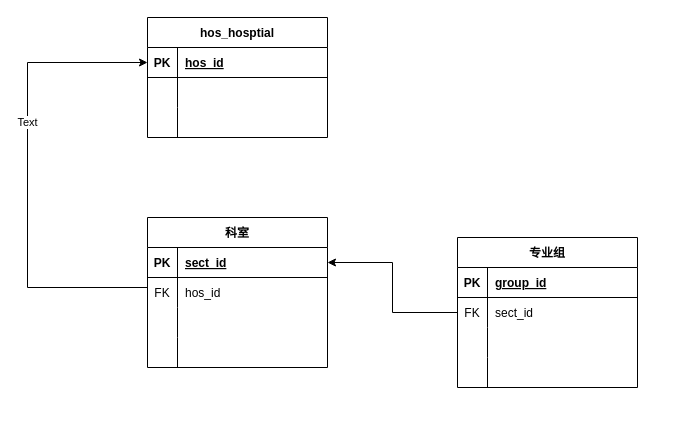
The draw.io diagram ivd三级库简单模型.drawio in denglt/diagrams, before the edit. Source tidied: cells renumbered, new cells numbered last; positions are measured from the earlier drawing's top-left corner, leaving out a move shared by most shapes. Both pictures are drawn from the tidied source at 100%, with x=0, y=0 at pixel (27, 17).
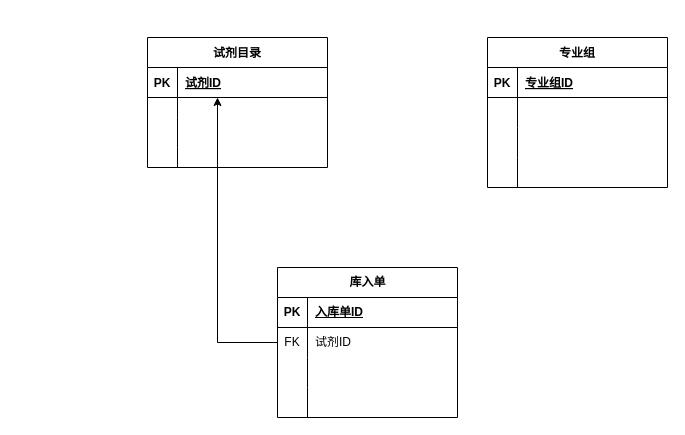
Above is the later version.

Commit message:
Update ivd三级库简单模型.drawio

The change refers to these unchanged cells:
```xml
<mxCell id="13" style="shape=tableRow;horizontal=0;startSize=0;swimlaneHead=0;swimlaneBody=0;fillColor=none;points=[[0,0.5],[1,0.5]];portConstraint=eastwest;top=0;left=0;right=0;bottom=1;" parent="12" vertex="1">
  <mxGeometry y="30" width="180" height="30" as="geometry" />
</mxCell>
<mxCell id="29" style="shape=tableRow;horizontal=0;startSize=0;swimlaneHead=0;swimlaneBody=0;fillColor=none;top=0;left=0;right=0;bottom=1;" parent="28" vertex="1">
  <mxGeometry y="30" width="180" height="30" as="geometry" />
</mxCell>
<mxCell id="32" style="shape=tableRow;horizontal=0;startSize=0;swimlaneHead=0;swimlaneBody=0;fillColor=none;points=[[0,0.5],[1,0.5]];portConstraint=eastwest;top=0;left=0;right=0;bottom=0;" parent="28" vertex="1">
  <mxGeometry y="60" width="180" height="30" as="geometry" />
</mxCell>
```

Change to the diagram source:
```diff
@@
-    <mxCell id="2" value="hos_hosptial" style="shape=table;startSize=30;childLayout=tableLayout;rowLines=0;fontStyle=1;align=center;" parent="1" vertex="1">
-      <mxGeometry x="120" width="180" height="120" as="geometry" />
-    </mxCell>
-    <mxCell id="3" style="shape=tableRow;horizontal=0;startSize=0;swimlaneHead=0;swimlaneBody=0;fillColor=none;points=[[0,0.5],[1,0.5]];portConstraint=eastwest;top=0;left=0;right=0;bottom=1;" parent="2" vertex="1">
-      <mxGeometry y="30" width="180" height="30" as="geometry" />
-    </mxCell>
-    <mxCell id="4" value="PK" style="shape=partialRectangle;fillColor=none;top=0;left=0;bottom=0;right=0;fontStyle=1;overflow=hidden;" parent="3" vertex="1">
-      <mxGeometry width="30" height="30" as="geometry" />
-    </mxCell>
-    <mxCell id="5" value="hos_id" style="shape=partialRectangle;fillColor=none;top=0;left=0;bottom=0;right=0;align=left;spacingLeft=6;fontStyle=5;overflow=hidden;" parent="3" vertex="1">
-      <mxGeometry x="30" width="150" height="30" as="geometry" />
-    </mxCell>
-    <mxCell id="6" style="shape=tableRow;horizontal=0;startSize=0;swimlaneHead=0;swimlaneBody=0;fillColor=none;top=0;left=0;right=0;bottom=0;" parent="2" vertex="1">
-      <mxGeometry y="60" width="180" height="30" as="geometry" />
-    </mxCell>
-    <mxCell id="7" style="shape=partialRectangle;fillColor=none;top=0;left=0;bottom=0;right=0;overflow=hidden;" parent="6" vertex="1">
-      <mxGeometry width="30" height="30" as="geometry" />
-    </mxCell>
-    <mxCell id="8" style="shape=partialRectangle;fillColor=none;top=0;left=0;bottom=0;right=0;align=left;spacingLeft=6;overflow=hidden;" parent="6" vertex="1">
-      <mxGeometry x="30" width="150" height="30" as="geometry" />
-    </mxCell>
-    <mxCell id="9" style="shape=tableRow;horizontal=0;startSize=0;swimlaneHead=0;swimlaneBody=0;fillColor=none;points=[[0,0.5],[1,0.5]];portConstraint=eastwest;top=0;left=0;right=0;bottom=0;" parent="2" vertex="1">
-      <mxGeometry y="90" width="180" height="30" as="geometry" />
-    </mxCell>
-    <mxCell id="10" style="shape=partialRectangle;fillColor=none;top=0;left=0;bottom=0;right=0;overflow=hidden;" parent="9" vertex="1">
-      <mxGeometry width="30" height="30" as="geometry" />
-    </mxCell>
-    <mxCell id="11" style="shape=partialRectangle;fillColor=none;top=0;left=0;bottom=0;right=0;align=left;spacingLeft=6;overflow=hidden;" parent="9" vertex="1">
-      <mxGeometry x="30" width="150" height="30" as="geometry" />
-    </mxCell>
-    <mxCell id="12" value="科室" style="shape=table;startSize=30;childLayout=tableLayout;rowLines=0;fontStyle=1;align=center;" parent="1" vertex="1">
-      <mxGeometry x="120" y="200" width="180" height="150" as="geometry" />
+    <mxCell id="12" value="试剂目录" style="shape=table;startSize=30;childLayout=tableLayout;rowLines=0;fontStyle=1;align=center;" parent="1" vertex="1">
+      <mxGeometry x="120" y="20" width="180" height="130" as="geometry" />
     </mxCell>
@@
-    <mxCell id="15" value="sect_id" style="shape=partialRectangle;fillColor=none;top=0;left=0;bottom=0;right=0;align=left;spacingLeft=6;fontStyle=5;overflow=hidden;" parent="13" vertex="1">
+    <mxCell id="15" value="试剂ID" style="shape=partialRectangle;fillColor=none;top=0;left=0;bottom=0;right=0;align=left;spacingLeft=6;fontStyle=5;overflow=hidden;" parent="13" vertex="1">
       <mxGeometry x="30" width="150" height="30" as="geometry" />
     </mxCell>
     <mxCell id="16" style="shape=tableRow;horizontal=0;startSize=0;swimlaneHead=0;swimlaneBody=0;fillColor=none;points=[[0,0.5],[1,0.5]];portConstraint=eastwest;top=0;left=0;right=0;bottom=0;" parent="12" vertex="1">
-      <mxGeometry y="60" width="180" height="30" as="geometry" />
+      <mxGeometry y="60" width="180" height="20" as="geometry" />
     </mxCell>
-    <mxCell id="17" value="FK" style="shape=partialRectangle;fillColor=none;top=0;left=0;bottom=0;right=0;fontStyle=0;overflow=hidden;" parent="16" vertex="1">
-      <mxGeometry width="30" height="30" as="geometry" />
+    <mxCell id="17" style="shape=partialRectangle;fillColor=none;top=0;left=0;bottom=0;right=0;fontStyle=0;overflow=hidden;" parent="16" vertex="1">
+      <mxGeometry width="30" height="20" as="geometry" />
     </mxCell>
-    <mxCell id="18" value="hos_id" style="shape=partialRectangle;fillColor=none;top=0;left=0;bottom=0;right=0;align=left;spacingLeft=6;fontStyle=0;overflow=hidden;" parent="16" vertex="1">
-      <mxGeometry x="30" width="150" height="30" as="geometry" />
+    <mxCell id="18" style="shape=partialRectangle;fillColor=none;top=0;left=0;bottom=0;right=0;align=left;spacingLeft=6;fontStyle=0;overflow=hidden;" parent="16" vertex="1">
+      <mxGeometry x="30" width="150" height="20" as="geometry" />
     </mxCell>
     <mxCell id="19" style="shape=tableRow;horizontal=0;startSize=0;swimlaneHead=0;swimlaneBody=0;fillColor=none;top=0;left=0;right=0;bottom=0;" parent="12" vertex="1">
-      <mxGeometry y="90" width="180" height="30" as="geometry" />
+      <mxGeometry y="80" width="180" height="30" as="geometry" />
     </mxCell>
@@
     <mxCell id="22" style="shape=tableRow;horizontal=0;startSize=0;swimlaneHead=0;swimlaneBody=0;fillColor=none;top=0;left=0;right=0;bottom=0;" parent="12" vertex="1">
-      <mxGeometry y="120" width="180" height="30" as="geometry" />
+      <mxGeometry y="110" width="180" height="20" as="geometry" />
     </mxCell>
     <mxCell id="23" style="shape=partialRectangle;fillColor=none;top=0;left=0;bottom=0;right=0;overflow=hidden;" parent="22" vertex="1">
-      <mxGeometry width="30" height="30" as="geometry" />
+      <mxGeometry width="30" height="20" as="geometry" />
     </mxCell>
     <mxCell id="24" style="shape=partialRectangle;fillColor=none;top=0;left=0;bottom=0;right=0;align=left;spacingLeft=6;overflow=hidden;" parent="22" vertex="1">
-      <mxGeometry x="30" width="150" height="30" as="geometry" />
+      <mxGeometry x="30" width="150" height="20" as="geometry" />
     </mxCell>
-    <mxCell id="25" style="edgeStyle=orthogonalEdgeStyle;rounded=0;jettySize=auto;html=1;entryX=0.822;entryY=1;entryDx=0;entryDy=0;entryPerimeter=0;" parent="1" edge="1" target="9">
-      <mxGeometry relative="1" as="geometry" />
-    </mxCell>
-    <mxCell id="26" style="edgeStyle=orthogonalEdgeStyle;rounded=0;jettySize=auto;html=1;" parent="1" edge="1" source="16" target="3">
-      <mxGeometry relative="1" as="geometry">
-        <Array as="points">
-          <mxPoint y="270" />
-          <mxPoint y="45" />
-        </Array>
-      </mxGeometry>
-    </mxCell>
-    <mxCell id="27" value="Text" style="edgeLabel;html=1;align=center;verticalAlign=middle;" parent="26" vertex="1">
-      <mxGeometry x="0.23" y="1" relative="1" as="geometry" />
-    </mxCell>
     <mxCell id="28" value="专业组" style="shape=table;startSize=30;childLayout=tableLayout;rowLines=0;fontStyle=1;align=center;" parent="1" vertex="1">
-      <mxGeometry x="430" y="220" width="180" height="150" as="geometry" />
+      <mxGeometry x="460" y="20" width="180" height="150" as="geometry" />
     </mxCell>
@@
-    <mxCell id="31" value="group_id" style="shape=partialRectangle;fillColor=none;top=0;left=0;bottom=0;right=0;align=left;spacingLeft=6;fontStyle=5;overflow=hidden;" parent="29" vertex="1">
+    <mxCell id="31" value="专业组ID" style="shape=partialRectangle;fillColor=none;top=0;left=0;bottom=0;right=0;align=left;spacingLeft=6;fontStyle=5;overflow=hidden;" parent="29" vertex="1">
       <mxGeometry x="30" width="150" height="30" as="geometry" />
     </mxCell>
@@
-    <mxCell id="33" value="FK" style="shape=partialRectangle;fillColor=none;top=0;left=0;bottom=0;right=0;fontStyle=0;overflow=hidden;" parent="32" vertex="1">
+    <mxCell id="33" style="shape=partialRectangle;fillColor=none;top=0;left=0;bottom=0;right=0;fontStyle=0;overflow=hidden;" parent="32" vertex="1">
       <mxGeometry width="30" height="30" as="geometry" />
     </mxCell>
-    <mxCell id="34" value="sect_id" style="shape=partialRectangle;fillColor=none;top=0;left=0;bottom=0;right=0;align=left;spacingLeft=6;fontStyle=0;overflow=hidden;" parent="32" vertex="1">
+    <mxCell id="34" style="shape=partialRectangle;fillColor=none;top=0;left=0;bottom=0;right=0;align=left;spacingLeft=6;fontStyle=0;overflow=hidden;" parent="32" vertex="1">
       <mxGeometry x="30" width="150" height="30" as="geometry" />
     </mxCell>
@@
-    <mxCell id="41" style="edgeStyle=orthogonalEdgeStyle;rounded=0;jettySize=auto;html=1;entryX=1;entryY=0.5;entryDx=0;entryDy=0;" parent="1" edge="1" source="32" target="13">
-      <mxGeometry relative="1" as="geometry" />
-    </mxCell>
+    <mxCell id="42" value="库入单" style="shape=table;startSize=30;childLayout=tableLayout;rowLines=0;fontStyle=1;align=center;html=1;" parent="1" vertex="1">
+      <mxGeometry x="250" y="250" width="180" height="150" as="geometry" />
+    </mxCell>
+    <mxCell id="3" style="shape=tableRow;horizontal=0;startSize=0;swimlaneHead=0;swimlaneBody=0;fillColor=none;points=[[0,0.5],[1,0.5]];portConstraint=eastwest;top=0;left=0;right=0;bottom=1;" parent="42" vertex="1">
+      <mxGeometry y="30" width="180" height="30" as="geometry" />
+    </mxCell>
+    <mxCell id="4" value="PK" style="shape=partialRectangle;fillColor=none;top=0;left=0;bottom=0;right=0;fontStyle=1;overflow=hidden;whiteSpace=wrap;html=1;" parent="3" vertex="1">
+      <mxGeometry width="30" height="30" as="geometry" />
+    </mxCell>
+    <mxCell id="43" value="入库单ID" style="shape=partialRectangle;fillColor=none;top=0;left=0;bottom=0;right=0;align=left;spacingLeft=6;fontStyle=5;overflow=hidden;whiteSpace=wrap;html=1;" parent="3" vertex="1">
+      <mxGeometry x="30" width="150" height="30" as="geometry" />
+    </mxCell>
+    <mxCell id="6" style="shape=tableRow;horizontal=0;startSize=0;swimlaneHead=0;swimlaneBody=0;fillColor=none;top=0;left=0;right=0;bottom=0;" parent="42" vertex="1">
+      <mxGeometry y="60" width="180" height="30" as="geometry" />
+    </mxCell>
+    <mxCell id="44" style="shape=partialRectangle;fillColor=none;top=0;left=0;bottom=0;right=0;overflow=hidden;whiteSpace=wrap;html=1;" parent="6" vertex="1">
+      <mxGeometry width="30" height="30" as="geometry" />
+    </mxCell>
+    <mxCell id="45" style="shape=partialRectangle;fillColor=none;top=0;left=0;bottom=0;right=0;align=left;spacingLeft=6;overflow=hidden;whiteSpace=wrap;html=1;" parent="6" vertex="1">
+      <mxGeometry x="30" width="150" height="30" as="geometry" />
+    </mxCell>
+    <mxCell id="9" style="shape=tableRow;horizontal=0;startSize=0;swimlaneHead=0;swimlaneBody=0;fillColor=none;points=[[0,0.5],[1,0.5]];portConstraint=eastwest;top=0;left=0;right=0;bottom=0;" parent="42" vertex="1">
+      <mxGeometry y="90" width="180" height="30" as="geometry" />
+    </mxCell>
+    <mxCell id="46" style="shape=partialRectangle;fillColor=none;top=0;left=0;bottom=0;right=0;overflow=hidden;whiteSpace=wrap;html=1;" parent="9" vertex="1">
+      <mxGeometry width="30" height="30" as="geometry" />
+    </mxCell>
+    <mxCell id="47" style="shape=partialRectangle;fillColor=none;top=0;left=0;bottom=0;right=0;align=left;spacingLeft=6;overflow=hidden;whiteSpace=wrap;html=1;" parent="9" vertex="1">
+      <mxGeometry x="30" width="150" height="30" as="geometry" />
+    </mxCell>
+    <mxCell id="48" style="shape=tableRow;horizontal=0;startSize=0;swimlaneHead=0;swimlaneBody=0;fillColor=none;top=0;left=0;right=0;bottom=0;" parent="42" vertex="1">
+      <mxGeometry y="120" width="180" height="30" as="geometry" />
+    </mxCell>
+    <mxCell id="49" style="shape=partialRectangle;fillColor=none;top=0;left=0;bottom=0;right=0;overflow=hidden;whiteSpace=wrap;html=1;" parent="48" vertex="1">
+      <mxGeometry width="30" height="30" as="geometry" />
+    </mxCell>
+    <mxCell id="50" style="shape=partialRectangle;fillColor=none;top=0;left=0;bottom=0;right=0;align=left;spacingLeft=6;overflow=hidden;whiteSpace=wrap;html=1;" parent="48" vertex="1">
+      <mxGeometry x="30" width="150" height="30" as="geometry" />
+    </mxCell>
+    <mxCell id="51" style="shape=table;startSize=0;childLayout=tableLayout;rowLines=0;fontStyle=0;align=center;strokeColor=none;fillColor=none;" parent="1" vertex="1">
+      <mxGeometry x="250" y="310" width="180" height="30" as="geometry" />
+    </mxCell>
+    <mxCell id="52" style="shape=tableRow;horizontal=0;startSize=0;swimlaneHead=0;swimlaneBody=0;fillColor=none;points=[[0,0.5],[1,0.5]];portConstraint=eastwest;top=0;left=0;right=0;bottom=0;" parent="51" vertex="1">
+      <mxGeometry width="180" height="30" as="geometry" />
+    </mxCell>
+    <mxCell id="53" value="FK" style="shape=partialRectangle;fillColor=none;top=0;left=0;bottom=0;right=0;fontStyle=0;overflow=hidden;whiteSpace=wrap;html=1;" parent="52" vertex="1">
+      <mxGeometry width="30" height="30" as="geometry" />
+    </mxCell>
+    <mxCell id="54" value="试剂ID" style="shape=partialRectangle;fillColor=none;top=0;left=0;bottom=0;right=0;align=left;spacingLeft=6;fontStyle=0;overflow=hidden;whiteSpace=wrap;html=1;" parent="52" vertex="1">
+      <mxGeometry x="30" width="150" height="30" as="geometry" />
+    </mxCell>
+    <mxCell id="55" style="edgeStyle=orthogonalEdgeStyle;rounded=0;jettySize=auto;html=1;" parent="1" edge="1" source="52" target="13">
+      <mxGeometry relative="1" as="geometry">
+        <Array as="points">
+          <mxPoint x="190" y="325" />
+        </Array>
+      </mxGeometry>
+    </mxCell>
```
